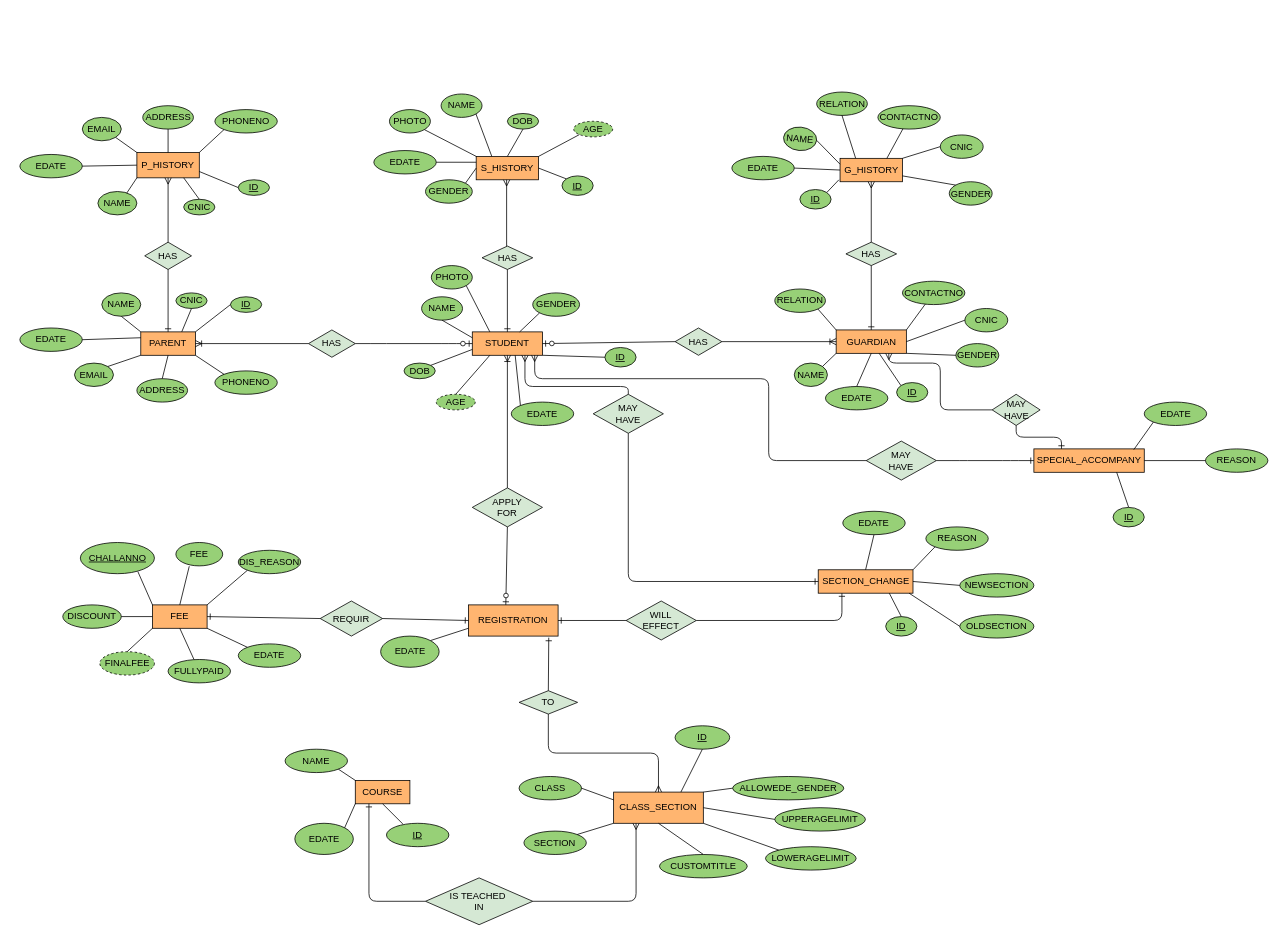
Earlier version of the draw.io diagram erd/erd.drawio (AhmadRiaz172/SchoolManagmnetSystem). Source tidied: cells renumbered, new cells numbered last; positions are measured from the earlier drawing's top-left corner, leaving out a move shared by most shapes. Both pictures are drawn from the tidied source at 78%, with x=0, y=0 at pixel (20, 91).
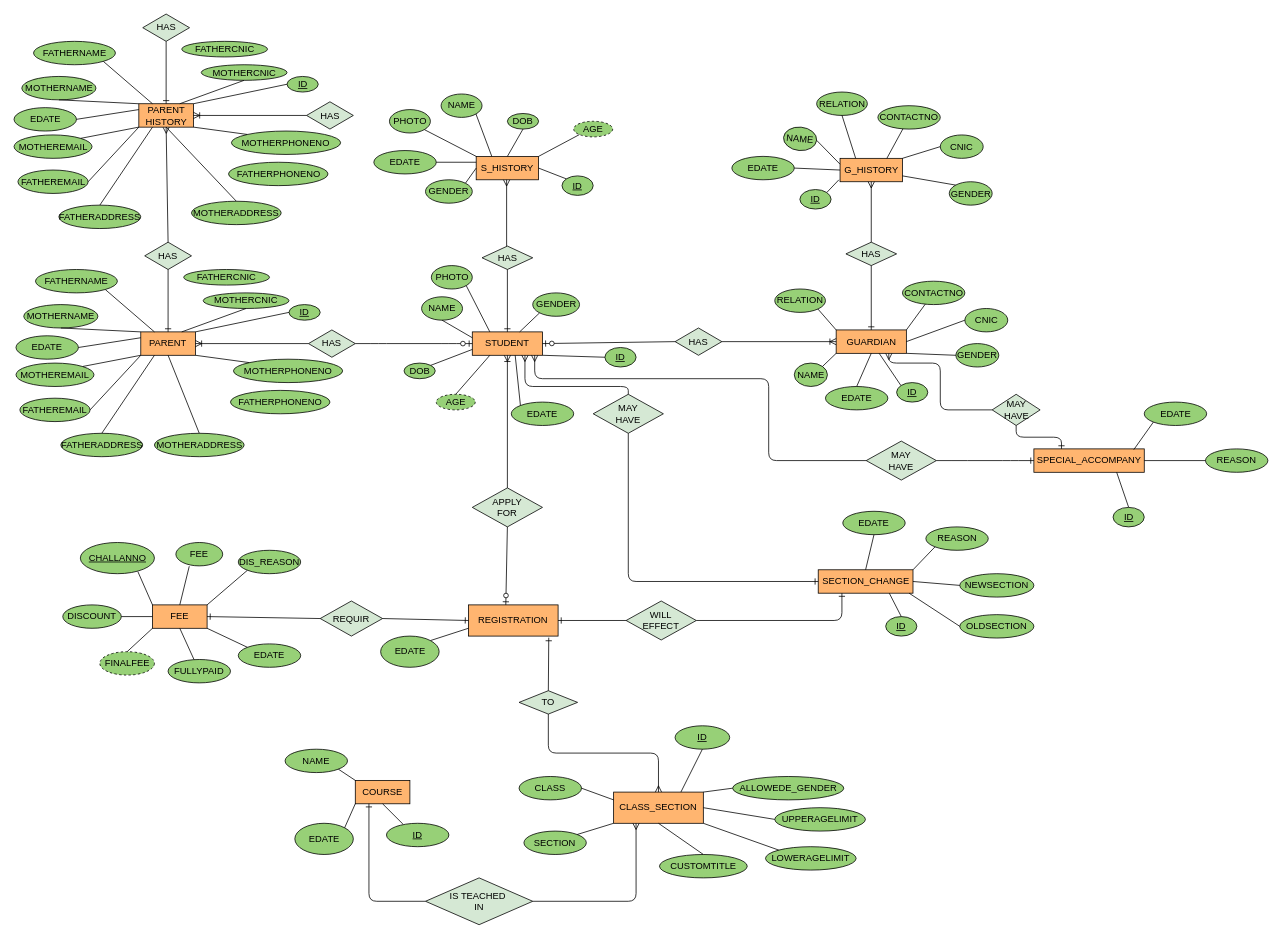
The same diagram, later.

Commit message (it also covers changes not shown here):
erd and sql updated

The change refers to these unchanged cells:
```xml
<mxCell id="10" value="PARENT" style="whiteSpace=wrap;html=1;align=center;fillColor=#FFB570;" parent="1" vertex="1">
  <mxGeometry x="155" y="308" width="70" height="30" as="geometry" />
</mxCell>
<mxCell id="11" value="HAS" style="shape=rhombus;perimeter=rhombusPerimeter;whiteSpace=wrap;html=1;align=center;fillColor=#D5E8D4;" parent="1" vertex="1">
  <mxGeometry x="160" y="193" width="60" height="35" as="geometry" />
</mxCell>
```

The edit, as a diff of the source:
```diff
@@
-    <mxCell id="12" value="P_HISTORY" style="whiteSpace=wrap;html=1;align=center;fillColor=#FFB570;" parent="1" vertex="1">
-      <mxGeometry x="150" y="78" width="80" height="32.5" as="geometry" />
-    </mxCell>
@@
-    <mxCell id="31" value="NAME" style="ellipse;whiteSpace=wrap;html=1;align=center;fillColor=#97D077;" parent="1" vertex="1">
-      <mxGeometry x="105" y="258" width="50" height="30" as="geometry" />
+    <mxCell id="31" value="MOTHERNAME" style="ellipse;whiteSpace=wrap;html=1;align=center;fillColor=#97D077;" parent="1" vertex="1">
+      <mxGeometry x="5" y="273" width="95" height="30" as="geometry" />
     </mxCell>
-    <mxCell id="32" value="EMAIL" style="ellipse;whiteSpace=wrap;html=1;align=center;fillColor=#97D077;" parent="1" vertex="1">
-      <mxGeometry x="70" y="348" width="50" height="30" as="geometry" />
+    <mxCell id="32" value="MOTHEREMAIL" style="ellipse;whiteSpace=wrap;html=1;align=center;fillColor=#97D077;" parent="1" vertex="1">
+      <mxGeometry x="-5" y="348" width="100" height="30" as="geometry" />
     </mxCell>
-    <mxCell id="33" value="ADDRESS" style="ellipse;whiteSpace=wrap;html=1;align=center;fillColor=#97D077;" parent="1" vertex="1">
-      <mxGeometry x="150" y="368" width="65" height="30" as="geometry" />
+    <mxCell id="33" value="MOTHERADDRESS" style="ellipse;whiteSpace=wrap;html=1;align=center;fillColor=#97D077;" parent="1" vertex="1">
+      <mxGeometry x="172.5" y="438" width="115" height="30" as="geometry" />
     </mxCell>
-    <mxCell id="34" value="PHONENO" style="ellipse;whiteSpace=wrap;html=1;align=center;fillColor=#97D077;" parent="1" vertex="1">
-      <mxGeometry x="250" y="358" width="80" height="30" as="geometry" />
+    <mxCell id="34" value="MOTHERPHONENO" style="ellipse;whiteSpace=wrap;html=1;align=center;fillColor=#97D077;" parent="1" vertex="1">
+      <mxGeometry x="273.8" y="343" width="140" height="30" as="geometry" />
     </mxCell>
-    <mxCell id="35" value="CNIC" style="ellipse;whiteSpace=wrap;html=1;align=center;fillColor=#97D077;" parent="1" vertex="1">
-      <mxGeometry x="200" y="258" width="40" height="20" as="geometry" />
+    <mxCell id="35" value="MOTHERCNIC" style="ellipse;whiteSpace=wrap;html=1;align=center;fillColor=#97D077;" parent="1" vertex="1">
+      <mxGeometry x="235" y="258" width="110" height="20" as="geometry" />
     </mxCell>
-    <mxCell id="36" value="NAME" style="ellipse;whiteSpace=wrap;html=1;align=center;fillColor=#97D077;" parent="1" vertex="1">
-      <mxGeometry x="100" y="128" width="50" height="30" as="geometry" />
-    </mxCell>
-    <mxCell id="37" value="CNIC" style="ellipse;whiteSpace=wrap;html=1;align=center;fillColor=#97D077;" parent="1" vertex="1">
-      <mxGeometry x="210" y="138" width="40" height="20" as="geometry" />
-    </mxCell>
-    <mxCell id="38" value="EMAIL" style="ellipse;whiteSpace=wrap;html=1;align=center;fillColor=#97D077;" parent="1" vertex="1">
-      <mxGeometry x="80" y="33" width="50" height="30" as="geometry" />
-    </mxCell>
-    <mxCell id="39" value="PHONENO" style="ellipse;whiteSpace=wrap;html=1;align=center;fillColor=#97D077;" parent="1" vertex="1">
-      <mxGeometry x="250" y="23" width="80" height="30" as="geometry" />
-    </mxCell>
-    <mxCell id="40" value="ADDRESS" style="ellipse;whiteSpace=wrap;html=1;align=center;fillColor=#97D077;" parent="1" vertex="1">
-      <mxGeometry x="157.5" y="18" width="65" height="30" as="geometry" />
-    </mxCell>
     <mxCell id="41" value="&lt;u&gt;ID&lt;/u&gt;" style="ellipse;whiteSpace=wrap;html=1;align=center;fillColor=#97D077;" parent="1" vertex="1">
-      <mxGeometry x="270" y="263" width="40" height="20" as="geometry" />
+      <mxGeometry x="345" y="273" width="40" height="20" as="geometry" />
     </mxCell>
-    <mxCell id="42" value="&lt;u&gt;ID&lt;/u&gt;" style="ellipse;whiteSpace=wrap;html=1;align=center;fillColor=#97D077;" parent="1" vertex="1">
-      <mxGeometry x="280" y="113" width="40" height="20" as="geometry" />
-    </mxCell>
@@
-    <mxCell id="49" style="endArrow=none;html=1;rounded=0;exitX=0.74;exitY=0.067;exitDx=0;exitDy=0;exitPerimeter=0;entryX=0;entryY=1;entryDx=0;entryDy=0;" parent="1" edge="1" source="36" target="12">
-      <mxGeometry relative="1" as="geometry" />
-    </mxCell>
-    <mxCell id="50" style="endArrow=none;html=1;rounded=0;exitX=0.75;exitY=1;exitDx=0;exitDy=0;entryX=0.5;entryY=0;entryDx=0;entryDy=0;" parent="1" edge="1" source="12" target="37">
-      <mxGeometry relative="1" as="geometry" />
-    </mxCell>
-    <mxCell id="51" style="endArrow=none;html=1;rounded=0;exitX=1;exitY=0.75;exitDx=0;exitDy=0;entryX=0;entryY=0.5;entryDx=0;entryDy=0;" parent="1" edge="1" source="12" target="42">
-      <mxGeometry relative="1" as="geometry" />
-    </mxCell>
-    <mxCell id="52" style="endArrow=none;html=1;rounded=0;exitX=1;exitY=0;exitDx=0;exitDy=0;entryX=0;entryY=1;entryDx=0;entryDy=0;" parent="1" edge="1" source="12" target="39">
-      <mxGeometry relative="1" as="geometry" />
-    </mxCell>
-    <mxCell id="53" style="endArrow=none;html=1;rounded=0;exitX=0.5;exitY=0;exitDx=0;exitDy=0;entryX=0.5;entryY=1;entryDx=0;entryDy=0;" parent="1" edge="1" source="12" target="40">
-      <mxGeometry relative="1" as="geometry" />
-    </mxCell>
-    <mxCell id="54" style="endArrow=none;html=1;rounded=0;exitX=0;exitY=0;exitDx=0;exitDy=0;entryX=1;entryY=1;entryDx=0;entryDy=0;" parent="1" edge="1" source="12" target="38">
-      <mxGeometry relative="1" as="geometry" />
-    </mxCell>
@@
-    <mxCell id="82" style="fontSize=12;html=1;endArrow=ERmany;entryX=0.5;entryY=1;entryDx=0;entryDy=0;exitX=0.5;exitY=0;exitDx=0;exitDy=0;" parent="1" edge="1" source="11" target="12">
+    <mxCell id="82" style="fontSize=12;html=1;endArrow=ERmany;entryX=0.5;entryY=1;entryDx=0;entryDy=0;exitX=0.5;exitY=0;exitDx=0;exitDy=0;" parent="1" edge="1" source="11" target="197">
       <mxGeometry relative="1" as="geometry" />
     </mxCell>
@@
     <mxCell id="125" value="EDATE" style="ellipse;whiteSpace=wrap;html=1;align=center;fillColor=#97D077;" parent="1" vertex="1">
-      <mxGeometry y="303" width="80" height="30" as="geometry" />
+      <mxGeometry x="-5" y="313" width="80" height="30" as="geometry" />
     </mxCell>
-    <mxCell id="126" value="EDATE" style="ellipse;whiteSpace=wrap;html=1;align=center;fillColor=#97D077;" parent="1" vertex="1">
-      <mxGeometry y="80.5" width="80" height="30" as="geometry" />
-    </mxCell>
@@
-    <mxCell id="130" style="endArrow=none;html=1;rounded=0;exitX=1;exitY=0.5;exitDx=0;exitDy=0;entryX=0;entryY=0.5;entryDx=0;entryDy=0;" parent="1" edge="1" source="126" target="12">
-      <mxGeometry relative="1" as="geometry" />
-    </mxCell>
@@
+    <mxCell id="189" value="FATHEREMAIL" style="ellipse;whiteSpace=wrap;html=1;align=center;fillColor=#97D077;" parent="1" vertex="1">
+      <mxGeometry y="393" width="90" height="30" as="geometry" />
+    </mxCell>
+    <mxCell id="190" value="FATHERADDRESS" style="ellipse;whiteSpace=wrap;html=1;align=center;fillColor=#97D077;" parent="1" vertex="1">
+      <mxGeometry x="52.5" y="438" width="105" height="30" as="geometry" />
+    </mxCell>
+    <mxCell id="191" value="FATHERPHONENO" style="ellipse;whiteSpace=wrap;html=1;align=center;fillColor=#97D077;" parent="1" vertex="1">
+      <mxGeometry x="270" y="383" width="127.5" height="30" as="geometry" />
+    </mxCell>
+    <mxCell id="192" value="FATHERCNIC" style="ellipse;whiteSpace=wrap;html=1;align=center;fillColor=#97D077;" parent="1" vertex="1">
+      <mxGeometry x="210" y="228" width="110" height="20" as="geometry" />
+    </mxCell>
+    <mxCell id="193" value="FATHERNAME" style="ellipse;whiteSpace=wrap;html=1;align=center;fillColor=#97D077;" parent="1" vertex="1">
+      <mxGeometry x="20" y="228" width="105" height="30" as="geometry" />
+    </mxCell>
+    <mxCell id="194" style="endArrow=none;html=1;rounded=0;exitX=0;exitY=1;exitDx=0;exitDy=0;entryX=1;entryY=0.5;entryDx=0;entryDy=0;" parent="1" edge="1" source="10" target="189">
+      <mxGeometry relative="1" as="geometry" />
+    </mxCell>
+    <mxCell id="195" style="endArrow=none;html=1;rounded=0;entryX=0.5;entryY=0;entryDx=0;entryDy=0;exitX=0.25;exitY=1;exitDx=0;exitDy=0;" parent="1" edge="1" source="10" target="190">
+      <mxGeometry relative="1" as="geometry" />
+    </mxCell>
+    <mxCell id="196" style="endArrow=none;html=1;rounded=0;exitX=1;exitY=1;exitDx=0;exitDy=0;entryX=0.25;entryY=0;entryDx=0;entryDy=0;" parent="1" edge="1" source="193" target="10">
+      <mxGeometry relative="1" as="geometry" />
+    </mxCell>
+    <mxCell id="197" value="PARENT HISTORY" style="whiteSpace=wrap;html=1;align=center;fillColor=#FFB570;" parent="1" vertex="1">
+      <mxGeometry x="152.5" y="15.5" width="70" height="30" as="geometry" />
+    </mxCell>
+    <mxCell id="198" value="HAS" style="shape=rhombus;perimeter=rhombusPerimeter;whiteSpace=wrap;html=1;align=center;fillColor=#D5E8D4;" parent="1" vertex="1">
+      <mxGeometry x="157.5" y="-99.5" width="60" height="35" as="geometry" />
+    </mxCell>
+    <mxCell id="199" value="MOTHERNAME" style="ellipse;whiteSpace=wrap;html=1;align=center;fillColor=#97D077;" parent="1" vertex="1">
+      <mxGeometry x="2.5" y="-19.5" width="95" height="30" as="geometry" />
+    </mxCell>
+    <mxCell id="200" value="MOTHEREMAIL" style="ellipse;whiteSpace=wrap;html=1;align=center;fillColor=#97D077;" parent="1" vertex="1">
+      <mxGeometry x="-7.5" y="55.5" width="100" height="30" as="geometry" />
+    </mxCell>
+    <mxCell id="201" value="MOTHERADDRESS" style="ellipse;whiteSpace=wrap;html=1;align=center;fillColor=#97D077;" parent="1" vertex="1">
+      <mxGeometry x="220" y="140.5" width="115" height="30" as="geometry" />
+    </mxCell>
+    <mxCell id="202" value="MOTHERPHONENO" style="ellipse;whiteSpace=wrap;html=1;align=center;fillColor=#97D077;" parent="1" vertex="1">
+      <mxGeometry x="271.2" y="50.5" width="140" height="30" as="geometry" />
+    </mxCell>
+    <mxCell id="203" value="MOTHERCNIC" style="ellipse;whiteSpace=wrap;html=1;align=center;fillColor=#97D077;" parent="1" vertex="1">
+      <mxGeometry x="232.5" y="-34.5" width="110" height="20" as="geometry" />
+    </mxCell>
+    <mxCell id="42" value="&lt;u&gt;ID&lt;/u&gt;" style="ellipse;whiteSpace=wrap;html=1;align=center;fillColor=#97D077;" parent="1" vertex="1">
+      <mxGeometry x="342.5" y="-19.5" width="40" height="20" as="geometry" />
+    </mxCell>
+    <mxCell id="204" style="endArrow=none;html=1;rounded=0;exitX=0.5;exitY=0;exitDx=0;exitDy=0;entryX=0.5;entryY=1;entryDx=0;entryDy=0;" parent="1" edge="1" source="201" target="197">
+      <mxGeometry relative="1" as="geometry" />
+    </mxCell>
+    <mxCell id="205" style="endArrow=none;html=1;rounded=0;exitX=0;exitY=0;exitDx=0;exitDy=0;entryX=1;entryY=1;entryDx=0;entryDy=0;" parent="1" edge="1" source="202" target="197">
+      <mxGeometry relative="1" as="geometry" />
+    </mxCell>
+    <mxCell id="206" style="endArrow=none;html=1;rounded=0;exitX=0;exitY=0.5;exitDx=0;exitDy=0;entryX=1;entryY=0;entryDx=0;entryDy=0;" parent="1" edge="1" source="42" target="197">
+      <mxGeometry relative="1" as="geometry" />
+    </mxCell>
+    <mxCell id="207" style="endArrow=none;html=1;rounded=0;exitX=0.5;exitY=1;exitDx=0;exitDy=0;entryX=0.75;entryY=0;entryDx=0;entryDy=0;" parent="1" edge="1" source="203" target="197">
+      <mxGeometry relative="1" as="geometry" />
+    </mxCell>
+    <mxCell id="208" style="endArrow=none;html=1;rounded=0;exitX=0.5;exitY=1;exitDx=0;exitDy=0;entryX=0;entryY=0;entryDx=0;entryDy=0;" parent="1" edge="1" source="199" target="197">
+      <mxGeometry relative="1" as="geometry" />
+    </mxCell>
+    <mxCell id="209" style="endArrow=none;html=1;rounded=0;exitX=1;exitY=0;exitDx=0;exitDy=0;entryX=0;entryY=1;entryDx=0;entryDy=0;" parent="1" edge="1" source="200" target="197">
+      <mxGeometry relative="1" as="geometry" />
+    </mxCell>
+    <mxCell id="210" value="HAS" style="shape=rhombus;perimeter=rhombusPerimeter;whiteSpace=wrap;html=1;align=center;fillColor=#D5E8D4;" parent="1" vertex="1">
+      <mxGeometry x="367.5" y="13" width="60" height="35" as="geometry" />
+    </mxCell>
+    <mxCell id="211" style="fontSize=12;html=1;endArrow=ERone;endFill=1;exitX=0.5;exitY=1;exitDx=0;exitDy=0;" parent="1" edge="1" source="198" target="197">
+      <mxGeometry relative="1" as="geometry" />
+    </mxCell>
+    <mxCell id="212" style="fontSize=12;html=1;endArrow=ERoneToMany;entryX=1;entryY=0.5;entryDx=0;entryDy=0;exitX=0;exitY=0.5;exitDx=0;exitDy=0;" parent="1" edge="1" source="210" target="197">
+      <mxGeometry relative="1" as="geometry" />
+    </mxCell>
+    <mxCell id="126" value="EDATE" style="ellipse;whiteSpace=wrap;html=1;align=center;fillColor=#97D077;" parent="1" vertex="1">
+      <mxGeometry x="-7.5" y="20.5" width="80" height="30" as="geometry" />
+    </mxCell>
+    <mxCell id="213" style="endArrow=none;html=1;rounded=0;exitX=1;exitY=0.5;exitDx=0;exitDy=0;entryX=0;entryY=0.25;entryDx=0;entryDy=0;" parent="1" edge="1" source="126" target="197">
+      <mxGeometry relative="1" as="geometry" />
+    </mxCell>
+    <mxCell id="214" value="FATHEREMAIL" style="ellipse;whiteSpace=wrap;html=1;align=center;fillColor=#97D077;" parent="1" vertex="1">
+      <mxGeometry x="-2.5" y="100.5" width="90" height="30" as="geometry" />
+    </mxCell>
+    <mxCell id="215" value="FATHERADDRESS" style="ellipse;whiteSpace=wrap;html=1;align=center;fillColor=#97D077;" parent="1" vertex="1">
+      <mxGeometry x="50" y="145.5" width="105" height="30" as="geometry" />
+    </mxCell>
+    <mxCell id="216" value="FATHERPHONENO" style="ellipse;whiteSpace=wrap;html=1;align=center;fillColor=#97D077;" parent="1" vertex="1">
+      <mxGeometry x="267.5" y="90.5" width="127.5" height="30" as="geometry" />
+    </mxCell>
+    <mxCell id="217" value="FATHERCNIC" style="ellipse;whiteSpace=wrap;html=1;align=center;fillColor=#97D077;" parent="1" vertex="1">
+      <mxGeometry x="207.5" y="-64.5" width="110" height="20" as="geometry" />
+    </mxCell>
+    <mxCell id="218" value="FATHERNAME" style="ellipse;whiteSpace=wrap;html=1;align=center;fillColor=#97D077;" parent="1" vertex="1">
+      <mxGeometry x="17.5" y="-64.5" width="105" height="30" as="geometry" />
+    </mxCell>
+    <mxCell id="219" style="endArrow=none;html=1;rounded=0;exitX=0;exitY=1;exitDx=0;exitDy=0;entryX=1;entryY=0.5;entryDx=0;entryDy=0;" parent="1" edge="1" source="197" target="214">
+      <mxGeometry relative="1" as="geometry" />
+    </mxCell>
+    <mxCell id="220" style="endArrow=none;html=1;rounded=0;entryX=0.5;entryY=0;entryDx=0;entryDy=0;exitX=0.25;exitY=1;exitDx=0;exitDy=0;" parent="1" edge="1" source="197" target="215">
+      <mxGeometry relative="1" as="geometry" />
+    </mxCell>
+    <mxCell id="221" style="endArrow=none;html=1;rounded=0;exitX=1;exitY=1;exitDx=0;exitDy=0;entryX=0.25;entryY=0;entryDx=0;entryDy=0;" parent="1" edge="1" source="218" target="197">
+      <mxGeometry relative="1" as="geometry" />
+    </mxCell>
```
